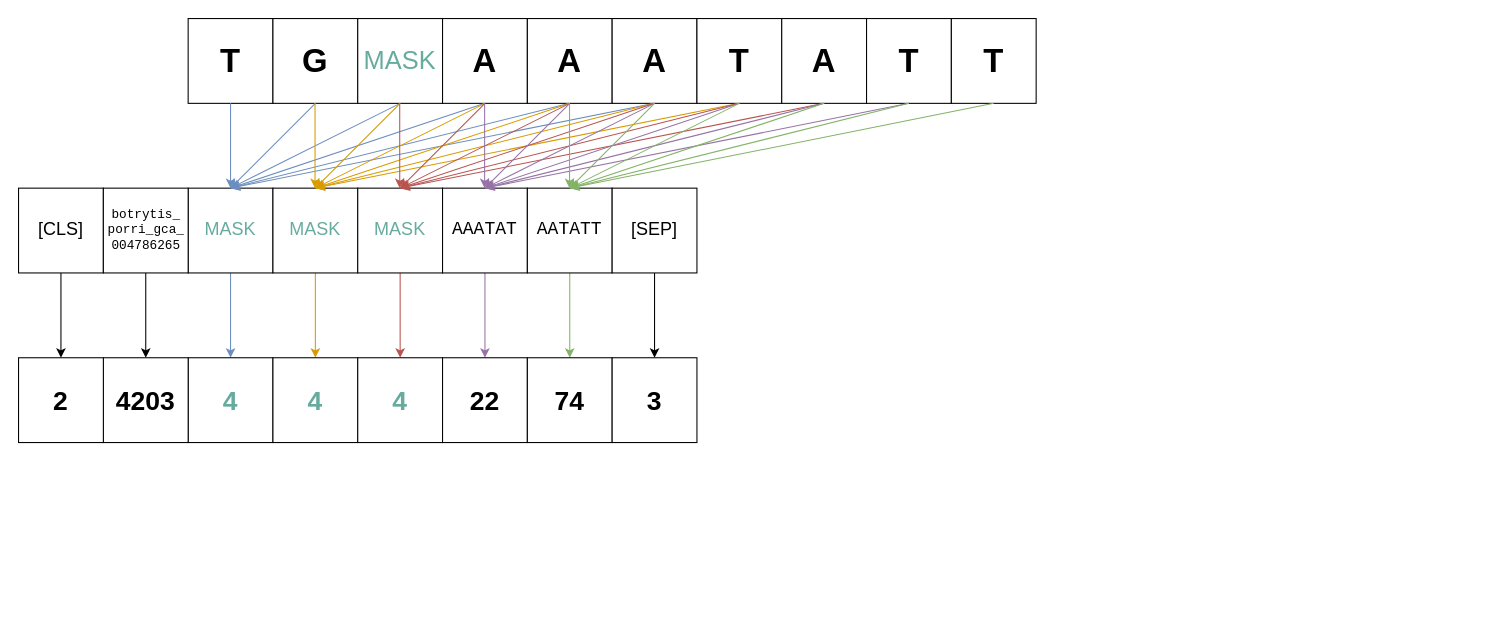
Above: masking.drawio in flyingkukri/thesis (draw.io), before the change. Source tidied: cells renumbered, new cells numbered last; positions are measured from the earlier drawing's top-left corner, leaving out a move shared by most shapes. Both pictures are drawn from the tidied source at 106%, with x=0, y=0 at pixel (18, 18).
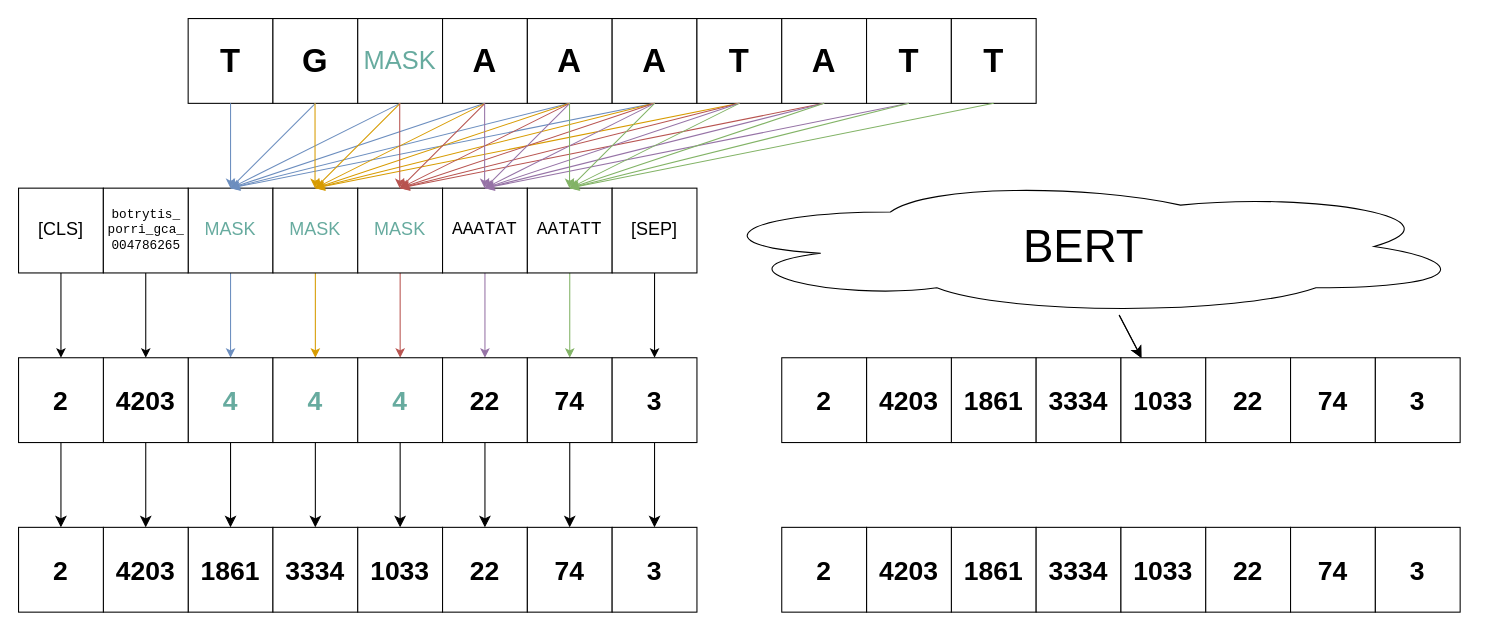
After the change.

The change refers to these unchanged cells:
```xml
<mxCell id="22" value="4" style="whiteSpace=wrap;html=1;fontSize=25;fontStyle=1;fontColor=#67AB9F;" parent="1" vertex="1">
  <mxGeometry x="160" y="320" width="80" height="80" as="geometry" />
</mxCell>
<mxCell id="23" value="4" style="whiteSpace=wrap;html=1;fontSize=25;fontStyle=1;fontColor=#67AB9F;" parent="1" vertex="1">
  <mxGeometry x="240" y="320" width="80" height="80" as="geometry" />
</mxCell>
<mxCell id="24" value="4" style="whiteSpace=wrap;html=1;fontSize=25;fontStyle=1;fontColor=#67AB9F;" parent="1" vertex="1">
  <mxGeometry x="320" y="320" width="80" height="80" as="geometry" />
</mxCell>
<mxCell id="25" value="22" style="whiteSpace=wrap;html=1;fontSize=25;fontStyle=1;" parent="1" vertex="1">
  <mxGeometry x="400" y="320" width="80" height="80" as="geometry" />
</mxCell>
<mxCell id="26" value="74" style="whiteSpace=wrap;html=1;fontSize=25;fontStyle=1;" parent="1" vertex="1">
  <mxGeometry x="480" y="320" width="80" height="80" as="geometry" />
</mxCell>
<mxCell id="63" value="4203" style="whiteSpace=wrap;html=1;fontSize=25;fontStyle=1;" parent="1" vertex="1">
  <mxGeometry x="80" y="320" width="80" height="80" as="geometry" />
</mxCell>
<mxCell id="64" value="2" style="whiteSpace=wrap;html=1;fontSize=25;fontStyle=1;" parent="1" vertex="1">
  <mxGeometry y="320" width="80" height="80" as="geometry" />
</mxCell>
<mxCell id="65" value="3" style="whiteSpace=wrap;html=1;fontSize=25;fontStyle=1;" parent="1" vertex="1">
  <mxGeometry x="560" y="320" width="80" height="80" as="geometry" />
</mxCell>
```

What changed in the source:
```diff
@@
+    <mxCell id="66" style="edgeStyle=none;curved=1;rounded=0;jettySize=auto;html=1;fontSize=12;startSize=8;endSize=8;entryX=0.5;entryY=0;entryDx=0;entryDy=0;" parent="1" edge="1" source="22" target="93">
+      <mxGeometry relative="1" as="geometry" />
+    </mxCell>
@@
+    <mxCell id="67" style="edgeStyle=none;curved=1;rounded=0;jettySize=auto;html=1;fontSize=12;startSize=8;endSize=8;" parent="1" edge="1" source="23" target="94">
+      <mxGeometry relative="1" as="geometry" />
+    </mxCell>
@@
+    <mxCell id="68" style="edgeStyle=none;curved=1;rounded=0;jettySize=auto;html=1;fontSize=12;startSize=8;endSize=8;" parent="1" edge="1" source="24" target="95">
+      <mxGeometry relative="1" as="geometry" />
+    </mxCell>
@@
+    <mxCell id="69" style="edgeStyle=none;curved=1;rounded=0;jettySize=auto;html=1;fontSize=12;startSize=8;endSize=8;" parent="1" edge="1" source="25" target="96">
+      <mxGeometry relative="1" as="geometry" />
+    </mxCell>
@@
+    <mxCell id="70" style="edgeStyle=none;curved=1;rounded=0;jettySize=auto;html=1;fontSize=12;startSize=8;endSize=8;" parent="1" edge="1" source="26" target="97">
+      <mxGeometry relative="1" as="geometry" />
+    </mxCell>
@@
+    <mxCell id="71" style="edgeStyle=none;curved=1;rounded=0;jettySize=auto;html=1;fontSize=12;startSize=8;endSize=8;entryX=0.5;entryY=0;entryDx=0;entryDy=0;" parent="1" edge="1" source="63" target="98">
+      <mxGeometry relative="1" as="geometry" />
+    </mxCell>
@@
+    <mxCell id="72" style="edgeStyle=none;curved=1;rounded=0;jettySize=auto;html=1;fontSize=12;startSize=8;endSize=8;" parent="1" edge="1" source="64" target="99">
+      <mxGeometry relative="1" as="geometry" />
+    </mxCell>
@@
+    <mxCell id="73" style="edgeStyle=none;curved=1;rounded=0;jettySize=auto;html=1;fontSize=12;startSize=8;endSize=8;" parent="1" edge="1" source="65" target="100">
+      <mxGeometry relative="1" as="geometry" />
+    </mxCell>
@@
+    <mxCell id="74" value="1861" style="whiteSpace=wrap;html=1;fontSize=25;fontStyle=1;" parent="1" vertex="1">
+      <mxGeometry x="880" y="320" width="80" height="80" as="geometry" />
+    </mxCell>
+    <mxCell id="75" value="3334" style="whiteSpace=wrap;html=1;fontSize=25;fontStyle=1;" parent="1" vertex="1">
+      <mxGeometry x="960" y="320" width="80" height="80" as="geometry" />
+    </mxCell>
+    <mxCell id="76" value="1033" style="whiteSpace=wrap;html=1;fontSize=25;fontStyle=1;" parent="1" vertex="1">
+      <mxGeometry x="1040" y="320" width="80" height="80" as="geometry" />
+    </mxCell>
+    <mxCell id="77" value="22" style="whiteSpace=wrap;html=1;fontSize=25;fontStyle=1;" parent="1" vertex="1">
+      <mxGeometry x="1120" y="320" width="80" height="80" as="geometry" />
+    </mxCell>
+    <mxCell id="78" value="74" style="whiteSpace=wrap;html=1;fontSize=25;fontStyle=1;" parent="1" vertex="1">
+      <mxGeometry x="1200" y="320" width="80" height="80" as="geometry" />
+    </mxCell>
+    <mxCell id="79" value="4203" style="whiteSpace=wrap;html=1;fontSize=25;fontStyle=1;" parent="1" vertex="1">
+      <mxGeometry x="800" y="320" width="80" height="80" as="geometry" />
+    </mxCell>
+    <mxCell id="80" value="2" style="whiteSpace=wrap;html=1;fontSize=25;fontStyle=1;" parent="1" vertex="1">
+      <mxGeometry x="720" y="320" width="80" height="80" as="geometry" />
+    </mxCell>
+    <mxCell id="81" value="3" style="whiteSpace=wrap;html=1;fontSize=25;fontStyle=1;" parent="1" vertex="1">
+      <mxGeometry x="1280" y="320" width="80" height="80" as="geometry" />
+    </mxCell>
+    <mxCell id="82" value="1861" style="whiteSpace=wrap;html=1;fontSize=25;fontStyle=1;" parent="1" vertex="1">
+      <mxGeometry x="880" y="480" width="80" height="80" as="geometry" />
+    </mxCell>
+    <mxCell id="83" value="3334" style="whiteSpace=wrap;html=1;fontSize=25;fontStyle=1;" parent="1" vertex="1">
+      <mxGeometry x="960" y="480" width="80" height="80" as="geometry" />
+    </mxCell>
+    <mxCell id="84" value="1033" style="whiteSpace=wrap;html=1;fontSize=25;fontStyle=1;" parent="1" vertex="1">
+      <mxGeometry x="1040" y="480" width="80" height="80" as="geometry" />
+    </mxCell>
+    <mxCell id="85" value="22" style="whiteSpace=wrap;html=1;fontSize=25;fontStyle=1;" parent="1" vertex="1">
+      <mxGeometry x="1120" y="480" width="80" height="80" as="geometry" />
+    </mxCell>
+    <mxCell id="86" value="74" style="whiteSpace=wrap;html=1;fontSize=25;fontStyle=1;" parent="1" vertex="1">
+      <mxGeometry x="1200" y="480" width="80" height="80" as="geometry" />
+    </mxCell>
+    <mxCell id="87" value="4203" style="whiteSpace=wrap;html=1;fontSize=25;fontStyle=1;" parent="1" vertex="1">
+      <mxGeometry x="800" y="480" width="80" height="80" as="geometry" />
+    </mxCell>
+    <mxCell id="88" value="2" style="whiteSpace=wrap;html=1;fontSize=25;fontStyle=1;" parent="1" vertex="1">
+      <mxGeometry x="720" y="480" width="80" height="80" as="geometry" />
+    </mxCell>
+    <mxCell id="89" value="3" style="whiteSpace=wrap;html=1;fontSize=25;fontStyle=1;" parent="1" vertex="1">
+      <mxGeometry x="1280" y="480" width="80" height="80" as="geometry" />
+    </mxCell>
+    <mxCell id="90" style="edgeStyle=none;curved=1;rounded=0;jettySize=auto;html=1;fontSize=12;startSize=8;endSize=8;" parent="1" edge="1" source="92" target="76">
+      <mxGeometry relative="1" as="geometry" />
+    </mxCell>
+    <mxCell id="91" style="edgeStyle=none;curved=1;rounded=0;jettySize=auto;html=1;fontSize=12;startSize=8;endSize=8;" parent="1" edge="1" source="92" target="76">
+      <mxGeometry relative="1" as="geometry" />
+    </mxCell>
+    <mxCell id="92" value="BERT" style="ellipse;shape=cloud;whiteSpace=wrap;html=1;fontSize=43;" parent="1" vertex="1">
+      <mxGeometry x="640" y="150" width="730" height="130" as="geometry" />
+    </mxCell>
+    <mxCell id="93" value="1861" style="whiteSpace=wrap;html=1;fontSize=25;fontStyle=1;" parent="1" vertex="1">
+      <mxGeometry x="160" y="480" width="80" height="80" as="geometry" />
+    </mxCell>
+    <mxCell id="94" value="3334" style="whiteSpace=wrap;html=1;fontSize=25;fontStyle=1;" parent="1" vertex="1">
+      <mxGeometry x="240" y="480" width="80" height="80" as="geometry" />
+    </mxCell>
+    <mxCell id="95" value="1033" style="whiteSpace=wrap;html=1;fontSize=25;fontStyle=1;" parent="1" vertex="1">
+      <mxGeometry x="320" y="480" width="80" height="80" as="geometry" />
+    </mxCell>
+    <mxCell id="96" value="22" style="whiteSpace=wrap;html=1;fontSize=25;fontStyle=1;" parent="1" vertex="1">
+      <mxGeometry x="400" y="480" width="80" height="80" as="geometry" />
+    </mxCell>
+    <mxCell id="97" value="74" style="whiteSpace=wrap;html=1;fontSize=25;fontStyle=1;" parent="1" vertex="1">
+      <mxGeometry x="480" y="480" width="80" height="80" as="geometry" />
+    </mxCell>
+    <mxCell id="98" value="4203" style="whiteSpace=wrap;html=1;fontSize=25;fontStyle=1;" parent="1" vertex="1">
+      <mxGeometry x="80" y="480" width="80" height="80" as="geometry" />
+    </mxCell>
+    <mxCell id="99" value="2" style="whiteSpace=wrap;html=1;fontSize=25;fontStyle=1;" parent="1" vertex="1">
+      <mxGeometry y="480" width="80" height="80" as="geometry" />
+    </mxCell>
+    <mxCell id="100" value="3" style="whiteSpace=wrap;html=1;fontSize=25;fontStyle=1;" parent="1" vertex="1">
+      <mxGeometry x="560" y="480" width="80" height="80" as="geometry" />
+    </mxCell>
```
